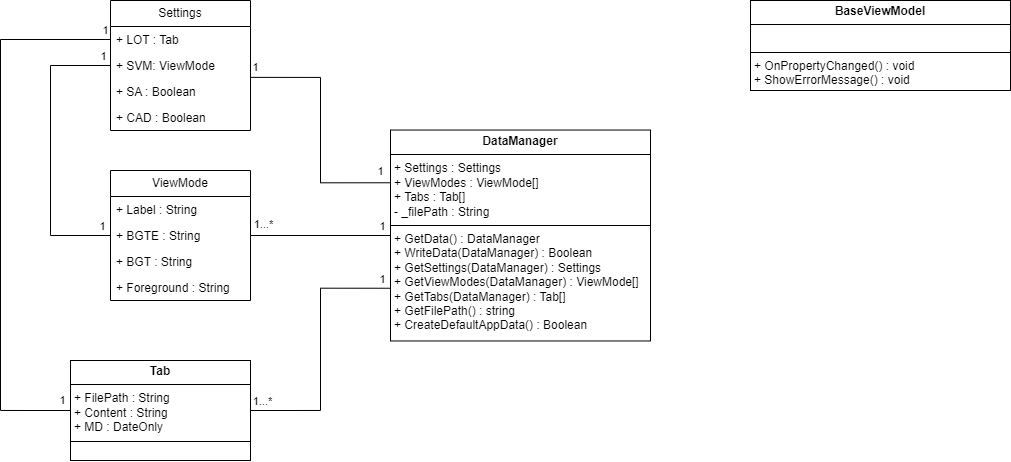
scholzandre/BetterEditor keeps this draw.io diagram as Drafts/ClassDiagrams.drawio.png. Above is the earlier version. Source tidied: cells renumbered, new cells last; positions are measured from the earlier drawing's top-left corner, leaving out a move shared by most shapes.
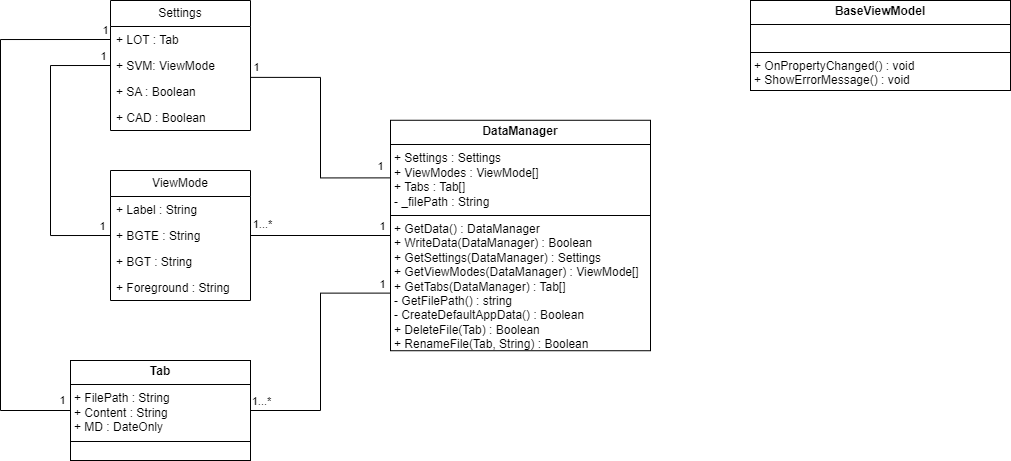
The same file after the commit.

Commit message:
#update class diagrams

The edit, as a diff of the source:
```diff
@@ -74,8 +74,8 @@
     <mxCell id="21" value="&lt;p style=&quot;margin:0px;margin-top:4px;text-align:center;&quot;&gt;&lt;b&gt;Tab&lt;/b&gt;&lt;/p&gt;&lt;hr size=&quot;1&quot; style=&quot;border-style:solid;&quot;&gt;&lt;p style=&quot;margin:0px;margin-left:4px;&quot;&gt;+ FilePath : String&lt;/p&gt;&lt;p style=&quot;margin:0px;margin-left:4px;&quot;&gt;+ Content : String&lt;/p&gt;&lt;p style=&quot;margin:0px;margin-left:4px;&quot;&gt;+ MD : DateOnly&lt;/p&gt;&lt;hr size=&quot;1&quot; style=&quot;border-style:solid;&quot;&gt;&lt;p style=&quot;margin:0px;margin-left:4px;&quot;&gt;&lt;br&gt;&lt;/p&gt;" style="verticalAlign=top;align=left;overflow=fill;html=1;whiteSpace=wrap;" parent="1" vertex="1">
       <mxGeometry x="70" y="360" width="180" height="100" as="geometry" />
     </mxCell>
-    <mxCell id="22" value="&lt;p style=&quot;margin:0px;margin-top:4px;text-align:center;&quot;&gt;&lt;b&gt;DataManager&lt;/b&gt;&lt;/p&gt;&lt;hr size=&quot;1&quot; style=&quot;border-style:solid;&quot;&gt;&lt;p style=&quot;margin:0px;margin-left:4px;&quot;&gt;+ Settings : Settings&lt;/p&gt;&lt;p style=&quot;margin:0px;margin-left:4px;&quot;&gt;+ ViewModes : ViewMode[]&lt;/p&gt;&lt;p style=&quot;margin:0px;margin-left:4px;&quot;&gt;+ Tabs : Tab[]&lt;/p&gt;&lt;p style=&quot;margin:0px;margin-left:4px;&quot;&gt;- _filePath : String&lt;/p&gt;&lt;hr size=&quot;1&quot; style=&quot;border-style:solid;&quot;&gt;&lt;p style=&quot;margin:0px;margin-left:4px;&quot;&gt;+ GetData() : DataManager&lt;/p&gt;&lt;p style=&quot;margin:0px;margin-left:4px;&quot;&gt;+ WriteData(DataManager) : Boolean&lt;/p&gt;&lt;p style=&quot;margin:0px;margin-left:4px;&quot;&gt;+ GetSettings(DataManager) : Settings&lt;/p&gt;&lt;p style=&quot;margin:0px;margin-left:4px;&quot;&gt;+ GetViewModes(DataManager) : ViewMode[]&lt;/p&gt;&lt;p style=&quot;margin:0px;margin-left:4px;&quot;&gt;+ GetTabs(DataManager) : Tab[]&lt;span style=&quot;background-color: initial;&quot;&gt;&amp;nbsp;&lt;/span&gt;&lt;/p&gt;&lt;p style=&quot;margin:0px;margin-left:4px;&quot;&gt;&lt;span style=&quot;background-color: initial;&quot;&gt;+ GetFilePath() : string&lt;/span&gt;&lt;/p&gt;&lt;p style=&quot;margin:0px;margin-left:4px;&quot;&gt;&lt;span style=&quot;background-color: initial;&quot;&gt;+ CreateDefaultAppData() : Boolean&lt;/span&gt;&lt;/p&gt;" style="verticalAlign=top;align=left;overflow=fill;html=1;whiteSpace=wrap;" parent="1" vertex="1">
-      <mxGeometry x="390" y="129.5" width="260" height="210.9" as="geometry" />
+    <mxCell id="22" value="&lt;p style=&quot;margin:0px;margin-top:4px;text-align:center;&quot;&gt;&lt;b&gt;DataManager&lt;/b&gt;&lt;/p&gt;&lt;hr size=&quot;1&quot; style=&quot;border-style:solid;&quot;&gt;&lt;p style=&quot;margin:0px;margin-left:4px;&quot;&gt;+ Settings : Settings&lt;/p&gt;&lt;p style=&quot;margin:0px;margin-left:4px;&quot;&gt;+ ViewModes : ViewMode[]&lt;/p&gt;&lt;p style=&quot;margin:0px;margin-left:4px;&quot;&gt;+ Tabs : Tab[]&lt;/p&gt;&lt;p style=&quot;margin:0px;margin-left:4px;&quot;&gt;- _filePath : String&lt;/p&gt;&lt;hr size=&quot;1&quot; style=&quot;border-style:solid;&quot;&gt;&lt;p style=&quot;margin:0px;margin-left:4px;&quot;&gt;+ GetData() : DataManager&lt;/p&gt;&lt;p style=&quot;margin:0px;margin-left:4px;&quot;&gt;+ WriteData(DataManager) : Boolean&lt;/p&gt;&lt;p style=&quot;margin:0px;margin-left:4px;&quot;&gt;+ GetSettings(DataManager) : Settings&lt;/p&gt;&lt;p style=&quot;margin:0px;margin-left:4px;&quot;&gt;+ GetViewModes(DataManager) : ViewMode[]&lt;/p&gt;&lt;p style=&quot;margin:0px;margin-left:4px;&quot;&gt;+ GetTabs(DataManager) : Tab[]&lt;span style=&quot;background-color: initial;&quot;&gt;&amp;nbsp;&lt;/span&gt;&lt;/p&gt;&lt;p style=&quot;margin:0px;margin-left:4px;&quot;&gt;&lt;span style=&quot;background-color: initial;&quot;&gt;- GetFilePath() : string&lt;/span&gt;&lt;/p&gt;&lt;p style=&quot;margin:0px;margin-left:4px;&quot;&gt;&lt;span style=&quot;background-color: initial;&quot;&gt;- CreateDefaultAppData() : Boolean&lt;/span&gt;&lt;/p&gt;&lt;p style=&quot;margin:0px;margin-left:4px;&quot;&gt;&lt;span style=&quot;background-color: initial;&quot;&gt;+ DeleteFile(Tab) : Boolean&lt;/span&gt;&lt;/p&gt;&lt;p style=&quot;margin:0px;margin-left:4px;&quot;&gt;&lt;span style=&quot;background-color: initial;&quot;&gt;+ RenameFile(Tab, String) : Boolean&lt;/span&gt;&lt;/p&gt;" style="verticalAlign=top;align=left;overflow=fill;html=1;whiteSpace=wrap;" parent="1" vertex="1">
+      <mxGeometry x="390" y="119.8" width="260" height="230.5" as="geometry" />
     </mxCell>
     <mxCell id="23" style="edgeStyle=orthogonalEdgeStyle;rounded=0;jettySize=auto;html=1;exitX=0;exitY=0.5;exitDx=0;exitDy=0;entryX=0;entryY=0.5;entryDx=0;entryDy=0;endArrow=none;endFill=0;" parent="1" edge="1" source="3" target="21">
       <mxGeometry relative="1" as="geometry">
```
